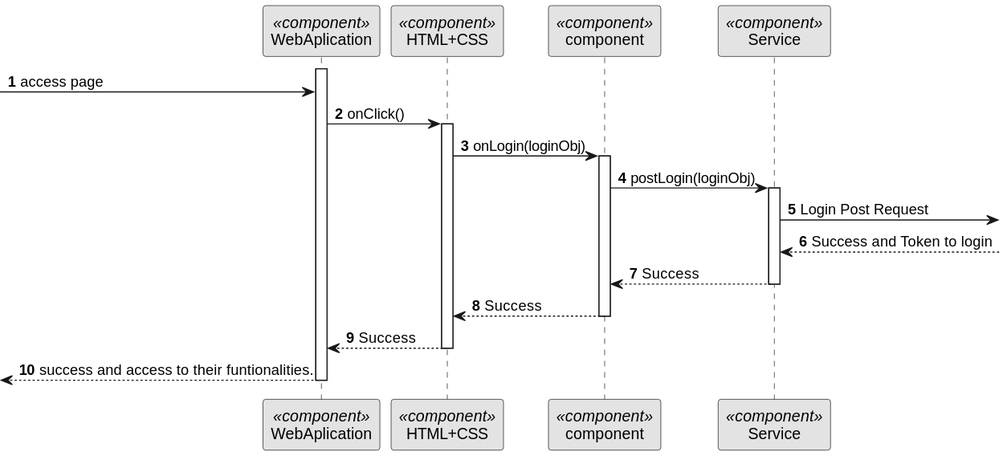
Earlier version of the PlantUML export docs/BackofficeModule/7.2.6/sequence-diagram-3.svg (Ana-Miguel-Silva/SurgicalAppointmentAndResourceManagement).
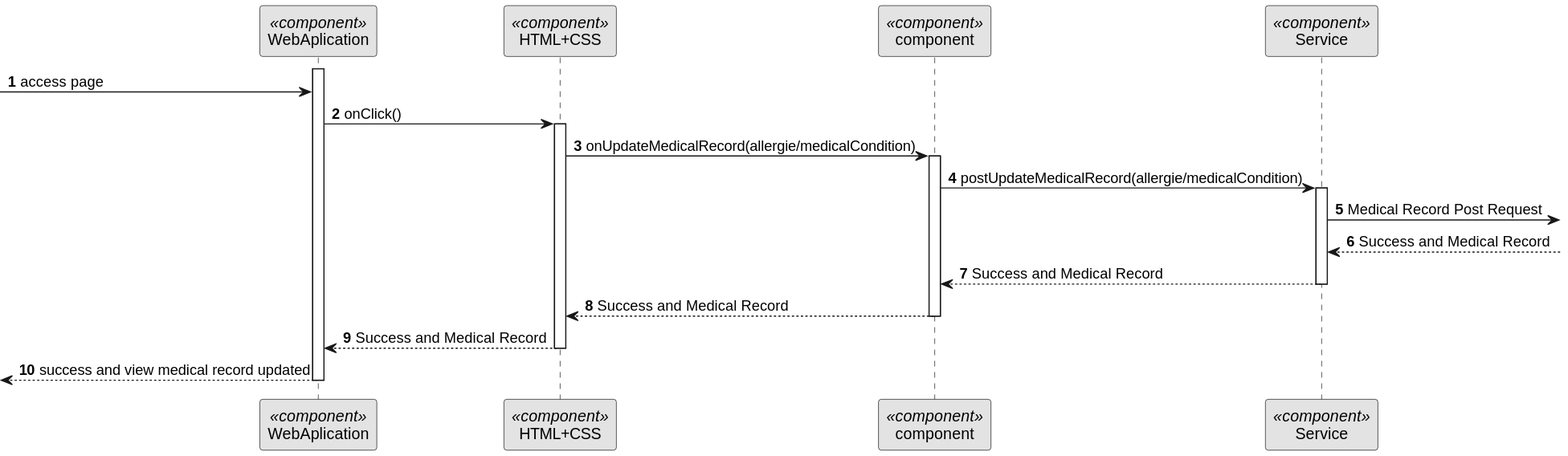
Later version of the same file.

Diff of the diagram source:
```diff
@@ -18,32 +18,32 @@
 activate HT
 
 
-HT -> CM : onLogin(loginObj)
+HT -> CM : onUpdateMedicalRecord(allergie/medicalCondition)
 
 activate CM
 
-CM -> SERV : postLogin(loginObj)
+CM -> SERV : postUpdateMedicalRecord(allergie/medicalCondition)
 
  activate SERV
 
-  SERV -> : Login Post Request
+  SERV -> : Medical Record Post Request
 
- SERV <-- : Success and Token to login
+ SERV <-- : Success and Medical Record
 
-SERV --> CM : Success
+SERV --> CM : Success and Medical Record
 
 
 deactivate SERV
 
-CM --> HT : Success
+CM --> HT : Success and Medical Record
 deactivate CM
 
 
 
-HT --> FE : Success
+HT --> FE : Success and Medical Record
 deactivate HT
 
-<--- FE : success and access to their funtionalities.
+<--- FE : success and view medical record updated
 
 deactivate FE
 @enduml
```
